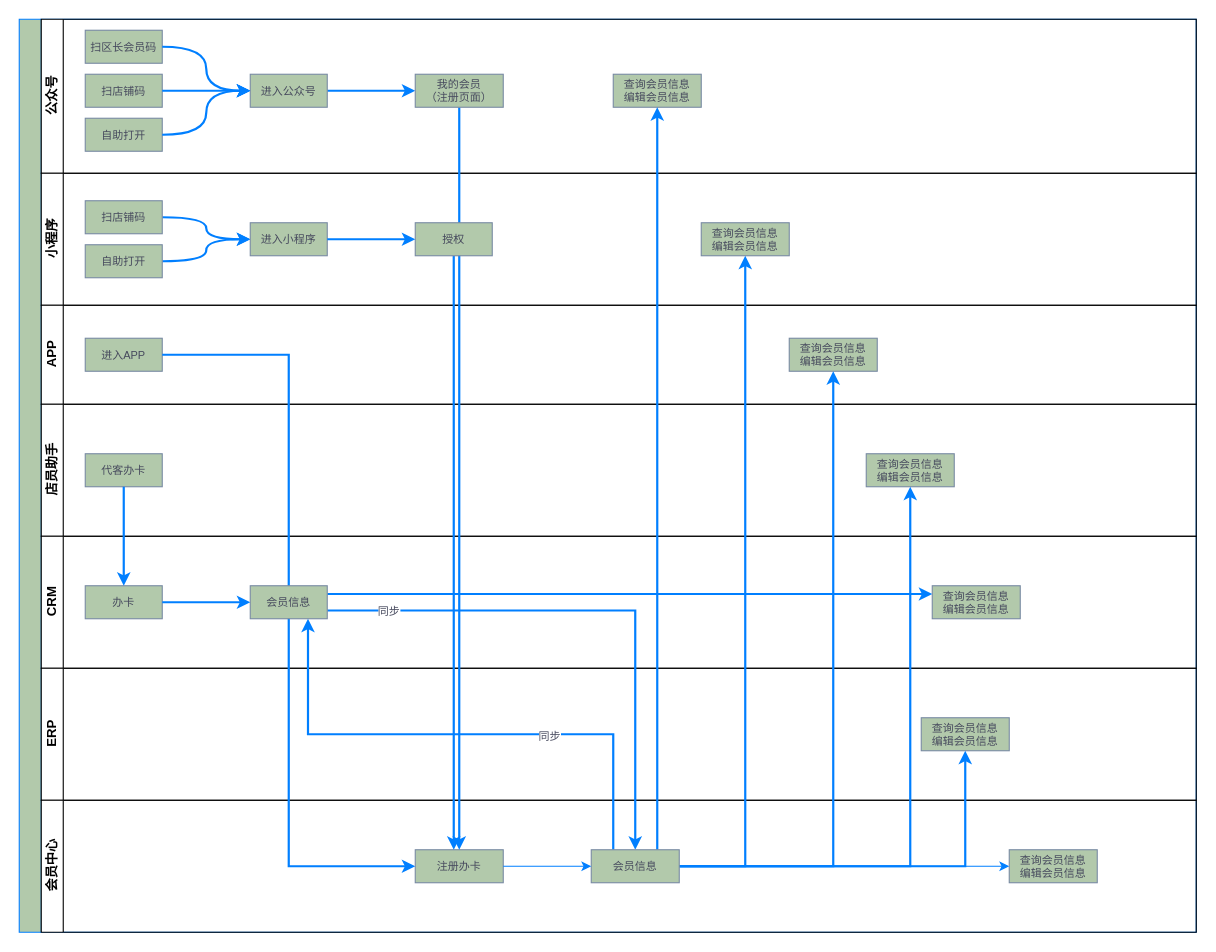
Above: page "Page-3" (3 of 4) of 会员.drawio in JustDoItHilary/HilarysTraining (draw.io), before the change. Source tidied: cells renumbered, new cells numbered last; positions are measured from the earlier drawing's top-left corner, leaving out a move shared by most shapes. Both pictures are drawn from the tidied source at 110%, with x=0, y=0 at pixel (19, 19).
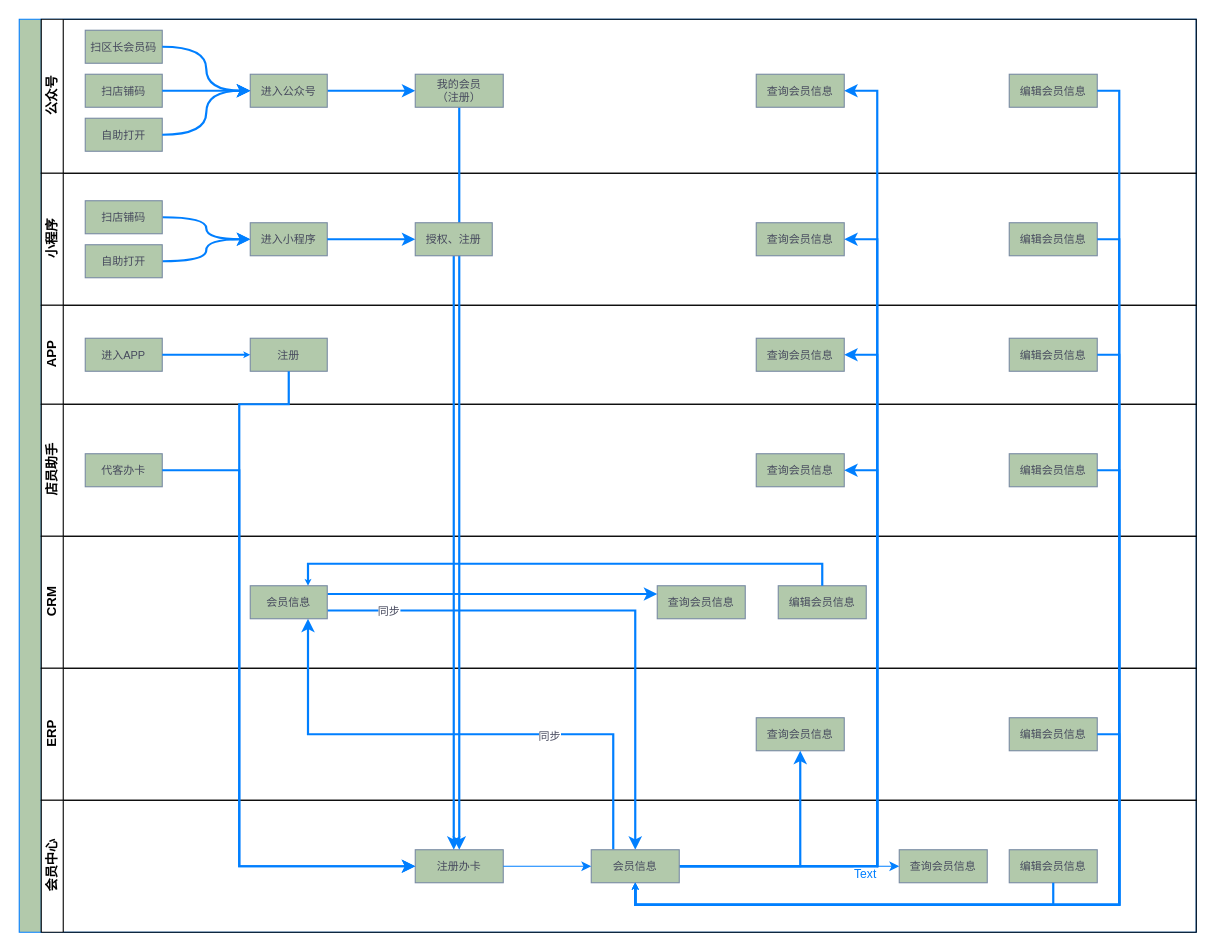
Above is the later version.

Unchanged cells that the change refers to:
```xml
<mxCell id="2" style="swimlane;html=1;horizontal=0;startSize=20;rounded=0;fillColor=#B2C9AB;fontColor=#46495D;fontSize=10;align=center;verticalAlign=middle;strokeColor=#007FFF;" parent="1" vertex="1">
  <mxGeometry width="1070" height="830" as="geometry" />
</mxCell>
<mxCell id="3" value="公众号" style="swimlane;html=1;startSize=20;horizontal=0;" parent="2" vertex="1">
  <mxGeometry x="20" width="1050" height="140" as="geometry" />
</mxCell>
<mxCell id="8" value="小程序" style="swimlane;html=1;startSize=20;horizontal=0;" parent="2" vertex="1">
  <mxGeometry x="20" y="140" width="1050" height="120" as="geometry" />
</mxCell>
<mxCell id="15" value="APP" style="swimlane;html=1;startSize=20;horizontal=0;" parent="2" vertex="1">
  <mxGeometry x="20" y="260" width="1050" height="90" as="geometry" />
</mxCell>
<mxCell id="16" value="&lt;font size=&quot;1&quot;&gt;进入APP&lt;/font&gt;" style="rounded=0;whiteSpace=wrap;html=1;strokeColor=#788AA3;fillColor=#B2C9AB;fontColor=#46495D;fontSize=10;" parent="15" vertex="1">
  <mxGeometry x="40" y="30" width="70" height="30" as="geometry" />
</mxCell>
<mxCell id="18" value="店员助手" style="swimlane;html=1;startSize=20;horizontal=0;" parent="2" vertex="1">
  <mxGeometry x="20" y="350" width="1050" height="120" as="geometry" />
</mxCell>
<mxCell id="19" value="&lt;font size=&quot;1&quot;&gt;代客办卡&lt;/font&gt;" style="rounded=0;whiteSpace=wrap;html=1;strokeColor=#788AA3;fillColor=#B2C9AB;fontColor=#46495D;fontSize=10;" parent="18" vertex="1">
  <mxGeometry x="40" y="45" width="70" height="30" as="geometry" />
</mxCell>
<mxCell id="21" value="CRM" style="swimlane;html=1;startSize=20;horizontal=0;" parent="2" vertex="1">
  <mxGeometry x="20" y="470" width="1050" height="120" as="geometry" />
</mxCell>
<mxCell id="24" value="ERP" style="swimlane;html=1;startSize=20;horizontal=0;" parent="2" vertex="1">
  <mxGeometry x="20" y="590" width="1050" height="120" as="geometry" />
</mxCell>
<mxCell id="26" value="会员中心" style="swimlane;html=1;startSize=20;horizontal=0;" parent="2" vertex="1">
  <mxGeometry x="20" y="710" width="1050" height="120" as="geometry" />
</mxCell>
<mxCell id="27" value="&lt;font size=&quot;1&quot;&gt;注册办卡&lt;/font&gt;" style="rounded=0;whiteSpace=wrap;html=1;strokeColor=#788AA3;fillColor=#B2C9AB;fontColor=#46495D;fontSize=10;" parent="26" vertex="1">
  <mxGeometry x="340" y="45" width="80" height="30" as="geometry" />
</mxCell>
<mxCell id="51" value="&lt;font size=&quot;1&quot;&gt;会员信息&lt;/font&gt;" style="rounded=0;whiteSpace=wrap;html=1;fillColor=#B2C9AB;fontColor=#46495D;fontSize=10;strokeColor=#788AA3;" parent="1" vertex="1">
  <mxGeometry x="520" y="755" width="80" height="30" as="geometry" />
</mxCell>
<mxCell id="54" value="&lt;font size=&quot;1&quot;&gt;会员信息&lt;/font&gt;" style="rounded=0;whiteSpace=wrap;html=1;strokeColor=#788AA3;fillColor=#B2C9AB;fontColor=#46495D;fontSize=10;" parent="1" vertex="1">
  <mxGeometry x="210" y="515" width="70" height="30" as="geometry" />
</mxCell>
```

The edit, as a diff of the source:
```diff
@@
-    <mxCell id="7" value="&lt;font size=&quot;1&quot;&gt;查询会员信息&lt;br&gt;编辑会员信息&lt;br&gt;&lt;/font&gt;" style="rounded=0;whiteSpace=wrap;html=1;strokeColor=#788AA3;fillColor=#B2C9AB;fontColor=#46495D;fontSize=10;" parent="3" vertex="1">
-      <mxGeometry x="520" y="50" width="80" height="30" as="geometry" />
+    <mxCell id="7" value="&lt;span style=&quot;font-size: x-small&quot;&gt;查询会员信息&lt;/span&gt;&lt;font size=&quot;1&quot;&gt;&lt;br&gt;&lt;/font&gt;" style="rounded=0;whiteSpace=wrap;html=1;strokeColor=#788AA3;fillColor=#B2C9AB;fontColor=#46495D;fontSize=10;" parent="3" vertex="1">
+      <mxGeometry x="650" y="50" width="80" height="30" as="geometry" />
     </mxCell>
+    <mxCell id="56" value="&lt;font size=&quot;1&quot;&gt;编辑会员信息&lt;/font&gt;" style="rounded=0;whiteSpace=wrap;html=1;strokeColor=#788AA3;fillColor=#B2C9AB;fontColor=#46495D;fontSize=10;" parent="3" vertex="1">
+      <mxGeometry x="880" y="50" width="80" height="30" as="geometry" />
+    </mxCell>
@@
-    <mxCell id="14" value="&lt;span style=&quot;font-size: x-small&quot;&gt;查询会员信息&lt;/span&gt;&lt;br style=&quot;font-size: x-small&quot;&gt;&lt;span style=&quot;font-size: x-small&quot;&gt;编辑会员信息&lt;/span&gt;" style="rounded=0;whiteSpace=wrap;html=1;strokeColor=#788AA3;fillColor=#B2C9AB;fontColor=#46495D;fontSize=10;" parent="8" vertex="1">
-      <mxGeometry x="600" y="45" width="80" height="30" as="geometry" />
+    <mxCell id="14" value="&lt;span style=&quot;font-size: x-small&quot;&gt;查询会员信息&lt;/span&gt;" style="rounded=0;whiteSpace=wrap;html=1;strokeColor=#788AA3;fillColor=#B2C9AB;fontColor=#46495D;fontSize=10;" parent="8" vertex="1">
+      <mxGeometry x="650" y="45" width="80" height="30" as="geometry" />
     </mxCell>
+    <mxCell id="57" value="&lt;font size=&quot;1&quot;&gt;编辑会员信息&lt;/font&gt;" style="rounded=0;whiteSpace=wrap;html=1;strokeColor=#788AA3;fillColor=#B2C9AB;fontColor=#46495D;fontSize=10;" parent="8" vertex="1">
+      <mxGeometry x="880" y="45" width="80" height="30" as="geometry" />
+    </mxCell>
@@
-    <mxCell id="17" value="&lt;span style=&quot;font-size: x-small&quot;&gt;查询会员信息&lt;/span&gt;&lt;br style=&quot;font-size: x-small&quot;&gt;&lt;span style=&quot;font-size: x-small&quot;&gt;编辑会员信息&lt;/span&gt;" style="rounded=0;whiteSpace=wrap;html=1;strokeColor=#788AA3;fillColor=#B2C9AB;fontColor=#46495D;fontSize=10;" parent="15" vertex="1">
-      <mxGeometry x="680" y="30" width="80" height="30" as="geometry" />
+    <mxCell id="17" value="&lt;span style=&quot;font-size: x-small&quot;&gt;查询会员信息&lt;/span&gt;" style="rounded=0;whiteSpace=wrap;html=1;strokeColor=#788AA3;fillColor=#B2C9AB;fontColor=#46495D;fontSize=10;" parent="15" vertex="1">
+      <mxGeometry x="650" y="30" width="80" height="30" as="geometry" />
     </mxCell>
+    <mxCell id="58" value="&lt;font size=&quot;1&quot;&gt;编辑会员信息&lt;/font&gt;" style="rounded=0;whiteSpace=wrap;html=1;strokeColor=#788AA3;fillColor=#B2C9AB;fontColor=#46495D;fontSize=10;" parent="15" vertex="1">
+      <mxGeometry x="880" y="30" width="80" height="30" as="geometry" />
+    </mxCell>
@@
-    <mxCell id="20" value="&lt;span style=&quot;font-size: x-small&quot;&gt;查询会员信息&lt;/span&gt;&lt;br style=&quot;font-size: x-small&quot;&gt;&lt;span style=&quot;font-size: x-small&quot;&gt;编辑会员信息&lt;/span&gt;" style="rounded=0;whiteSpace=wrap;html=1;strokeColor=#788AA3;fillColor=#B2C9AB;fontColor=#46495D;fontSize=10;" parent="18" vertex="1">
-      <mxGeometry x="750" y="45" width="80" height="30" as="geometry" />
+    <mxCell id="20" value="&lt;span style=&quot;font-size: x-small&quot;&gt;查询会员信息&lt;/span&gt;" style="rounded=0;whiteSpace=wrap;html=1;strokeColor=#788AA3;fillColor=#B2C9AB;fontColor=#46495D;fontSize=10;" parent="18" vertex="1">
+      <mxGeometry x="650" y="45" width="80" height="30" as="geometry" />
     </mxCell>
+    <mxCell id="59" value="&lt;font size=&quot;1&quot;&gt;编辑会员信息&lt;/font&gt;" style="rounded=0;whiteSpace=wrap;html=1;strokeColor=#788AA3;fillColor=#B2C9AB;fontColor=#46495D;fontSize=10;" parent="18" vertex="1">
+      <mxGeometry x="880" y="45" width="80" height="30" as="geometry" />
+    </mxCell>
@@
-    <mxCell id="22" value="&lt;font size=&quot;1&quot;&gt;办卡&lt;/font&gt;" style="rounded=0;whiteSpace=wrap;html=1;strokeColor=#788AA3;fillColor=#B2C9AB;fontColor=#46495D;fontSize=10;" parent="21" vertex="1">
-      <mxGeometry x="40" y="45" width="70" height="30" as="geometry" />
-    </mxCell>
-    <mxCell id="23" value="&lt;span style=&quot;font-size: x-small&quot;&gt;查询会员信息&lt;/span&gt;&lt;br style=&quot;font-size: x-small&quot;&gt;&lt;span style=&quot;font-size: x-small&quot;&gt;编辑会员信息&lt;/span&gt;" style="rounded=0;whiteSpace=wrap;html=1;strokeColor=#788AA3;fillColor=#B2C9AB;fontColor=#46495D;fontSize=10;" parent="21" vertex="1">
-      <mxGeometry x="810" y="45" width="80" height="30" as="geometry" />
+    <mxCell id="23" value="&lt;span style=&quot;font-size: x-small&quot;&gt;查询会员信息&lt;/span&gt;" style="rounded=0;whiteSpace=wrap;html=1;strokeColor=#788AA3;fillColor=#B2C9AB;fontColor=#46495D;fontSize=10;" parent="21" vertex="1">
+      <mxGeometry x="560" y="45" width="80" height="30" as="geometry" />
     </mxCell>
+    <mxCell id="60" value="&lt;font size=&quot;1&quot;&gt;编辑会员信息&lt;/font&gt;" style="rounded=0;whiteSpace=wrap;html=1;strokeColor=#788AA3;fillColor=#B2C9AB;fontColor=#46495D;fontSize=10;" parent="21" vertex="1">
+      <mxGeometry x="670" y="45" width="80" height="30" as="geometry" />
+    </mxCell>
@@
-    <mxCell id="25" value="&lt;span style=&quot;font-size: x-small&quot;&gt;查询会员信息&lt;/span&gt;&lt;br style=&quot;font-size: x-small&quot;&gt;&lt;span style=&quot;font-size: x-small&quot;&gt;编辑会员信息&lt;/span&gt;" style="rounded=0;whiteSpace=wrap;html=1;strokeColor=#788AA3;fillColor=#B2C9AB;fontColor=#46495D;fontSize=10;" parent="24" vertex="1">
-      <mxGeometry x="800" y="45" width="80" height="30" as="geometry" />
+    <mxCell id="25" value="&lt;span style=&quot;font-size: x-small&quot;&gt;查询会员信息&lt;/span&gt;" style="rounded=0;whiteSpace=wrap;html=1;strokeColor=#788AA3;fillColor=#B2C9AB;fontColor=#46495D;fontSize=10;" parent="24" vertex="1">
+      <mxGeometry x="650" y="45" width="80" height="30" as="geometry" />
     </mxCell>
+    <mxCell id="61" value="&lt;font size=&quot;1&quot;&gt;编辑会员信息&lt;/font&gt;" style="rounded=0;whiteSpace=wrap;html=1;strokeColor=#788AA3;fillColor=#B2C9AB;fontColor=#46495D;fontSize=10;" parent="24" vertex="1">
+      <mxGeometry x="880" y="45" width="80" height="30" as="geometry" />
+    </mxCell>
@@
-    <mxCell id="28" value="&lt;span style=&quot;font-size: x-small&quot;&gt;查询会员信息&lt;/span&gt;&lt;br style=&quot;font-size: x-small&quot;&gt;&lt;span style=&quot;font-size: x-small&quot;&gt;编辑会员信息&lt;/span&gt;" style="rounded=0;whiteSpace=wrap;html=1;strokeColor=#788AA3;fillColor=#B2C9AB;fontColor=#46495D;fontSize=10;" parent="26" vertex="1">
-      <mxGeometry x="880" y="45" width="80" height="30" as="geometry" />
+    <mxCell id="28" value="&lt;span style=&quot;font-size: x-small&quot;&gt;查询会员信息&lt;/span&gt;" style="rounded=0;whiteSpace=wrap;html=1;strokeColor=#788AA3;fillColor=#B2C9AB;fontColor=#46495D;fontSize=10;" parent="26" vertex="1">
+      <mxGeometry x="780" y="45" width="80" height="30" as="geometry" />
     </mxCell>
-    <mxCell id="29" style="rounded=1;jettySize=auto;html=1;exitX=1;exitY=0.5;exitDx=0;exitDy=0;fillColor=#B2C9AB;fontSize=10;fontColor=#46495D;entryX=0;entryY=0.5;entryDx=0;entryDy=0;elbow=vertical;edgeStyle=orthogonalEdgeStyle;arcSize=0;strokeWidth=2;strokeColor=#007FFF;" parent="2" edge="1" source="16" target="27">
-      <mxGeometry relative="1" as="geometry" />
-    </mxCell>
+    <mxCell id="62" value="&lt;font size=&quot;1&quot;&gt;编辑会员信息&lt;/font&gt;" style="rounded=0;whiteSpace=wrap;html=1;strokeColor=#788AA3;fillColor=#B2C9AB;fontColor=#46495D;fontSize=10;" parent="26" vertex="1">
+      <mxGeometry x="880" y="45" width="80" height="30" as="geometry" />
+    </mxCell>
-    <mxCell id="30" style="edgeStyle=orthogonalEdgeStyle;curved=1;rounded=1;jettySize=auto;html=1;fillColor=#B2C9AB;fontSize=10;fontColor=#46495D;strokeWidth=2;strokeColor=#007FFF;" parent="2" edge="1" source="19" target="22">
-      <mxGeometry relative="1" as="geometry" />
+    <mxCell id="30" style="edgeStyle=orthogonalEdgeStyle;rounded=1;jettySize=auto;html=1;fillColor=#B2C9AB;fontSize=10;fontColor=#46495D;strokeWidth=2;strokeColor=#007FFF;entryX=0;entryY=0.5;entryDx=0;entryDy=0;arcSize=0;" parent="2" edge="1" source="19" target="27">
+      <mxGeometry relative="1" as="geometry">
+        <Array as="points">
+          <mxPoint x="200" y="410" />
+          <mxPoint x="200" y="770" />
+        </Array>
+      </mxGeometry>
     </mxCell>
@@
-    <mxCell id="37" value="&lt;font size=&quot;1&quot;&gt;我的会员&lt;br&gt;（注册页面）&lt;/font&gt;" style="rounded=0;whiteSpace=wrap;html=1;strokeColor=#788AA3;fillColor=#B2C9AB;fontColor=#46495D;fontSize=10;" parent="1" vertex="1">
+    <mxCell id="37" value="&lt;font size=&quot;1&quot;&gt;我的会员&lt;br&gt;（注册）&lt;/font&gt;" style="rounded=0;whiteSpace=wrap;html=1;strokeColor=#788AA3;fillColor=#B2C9AB;fontColor=#46495D;fontSize=10;" parent="1" vertex="1">
       <mxGeometry x="360" y="50" width="80" height="30" as="geometry" />
     </mxCell>
@@
-    <mxCell id="39" value="授权" style="rounded=0;whiteSpace=wrap;html=1;strokeColor=#788AA3;fillColor=#B2C9AB;fontColor=#46495D;fontSize=10;" parent="1" vertex="1">
+    <mxCell id="39" value="授权、注册" style="rounded=0;whiteSpace=wrap;html=1;strokeColor=#788AA3;fillColor=#B2C9AB;fontColor=#46495D;fontSize=10;" parent="1" vertex="1">
       <mxGeometry x="360" y="185" width="70" height="30" as="geometry" />
     </mxCell>
@@
-    <mxCell id="43" style="edgeStyle=orthogonalEdgeStyle;rounded=1;jumpSize=0;jettySize=auto;html=1;exitX=0.75;exitY=0;exitDx=0;exitDy=0;strokeWidth=2;fillColor=#B2C9AB;fontSize=10;fontColor=#46495D;entryX=0.5;entryY=1;entryDx=0;entryDy=0;strokeColor=#007FFF;" parent="1" edge="1" source="51" target="7">
-      <mxGeometry relative="1" as="geometry" />
+    <mxCell id="43" style="edgeStyle=orthogonalEdgeStyle;rounded=1;jumpSize=0;jettySize=auto;html=1;exitX=1;exitY=0.5;exitDx=0;exitDy=0;strokeWidth=2;fillColor=#B2C9AB;fontSize=10;fontColor=#46495D;strokeColor=#007FFF;entryX=1;entryY=0.5;entryDx=0;entryDy=0;arcSize=0;" parent="1" edge="1" source="51" target="7">
+      <mxGeometry relative="1" as="geometry">
+        <Array as="points">
+          <mxPoint x="780" y="770" />
+          <mxPoint x="780" y="65" />
+        </Array>
+      </mxGeometry>
     </mxCell>
+    <mxCell id="63" value="Text" style="edgeLabel;html=1;align=center;verticalAlign=middle;fontColor=#007FFF;" parent="43" vertex="1">
+      <mxGeometry x="-0.63" y="-6" relative="1" as="geometry">
+        <mxPoint x="-1" as="offset" />
+      </mxGeometry>
+    </mxCell>
-    <mxCell id="44" style="edgeStyle=orthogonalEdgeStyle;rounded=1;jumpSize=0;jettySize=auto;html=1;exitX=1;exitY=0.5;exitDx=0;exitDy=0;strokeWidth=2;fillColor=#B2C9AB;fontSize=10;fontColor=#46495D;arcSize=0;strokeColor=#007FFF;" parent="1" edge="1" source="51" target="14">
-      <mxGeometry relative="1" as="geometry" />
+    <mxCell id="44" style="edgeStyle=orthogonalEdgeStyle;rounded=1;jumpSize=0;jettySize=auto;html=1;exitX=1;exitY=0.5;exitDx=0;exitDy=0;strokeWidth=2;fillColor=#B2C9AB;fontSize=10;fontColor=#46495D;arcSize=0;strokeColor=#007FFF;entryX=1;entryY=0.5;entryDx=0;entryDy=0;" parent="1" edge="1" source="51" target="14">
+      <mxGeometry relative="1" as="geometry">
+        <Array as="points">
+          <mxPoint x="780" y="770" />
+          <mxPoint x="780" y="200" />
+        </Array>
+      </mxGeometry>
     </mxCell>
-    <mxCell id="45" style="edgeStyle=orthogonalEdgeStyle;rounded=1;jumpSize=0;jettySize=auto;html=1;exitX=1;exitY=0.5;exitDx=0;exitDy=0;entryX=0.5;entryY=1;entryDx=0;entryDy=0;strokeWidth=2;fillColor=#B2C9AB;fontSize=10;fontColor=#46495D;arcSize=0;strokeColor=#007FFF;" parent="1" edge="1" source="51" target="17">
-      <mxGeometry relative="1" as="geometry" />
+    <mxCell id="45" style="edgeStyle=orthogonalEdgeStyle;rounded=1;jumpSize=0;jettySize=auto;html=1;exitX=1;exitY=0.5;exitDx=0;exitDy=0;entryX=1;entryY=0.5;entryDx=0;entryDy=0;strokeWidth=2;fillColor=#B2C9AB;fontSize=10;fontColor=#46495D;arcSize=0;strokeColor=#007FFF;" parent="1" edge="1" source="51" target="17">
+      <mxGeometry relative="1" as="geometry">
+        <Array as="points">
+          <mxPoint x="780" y="770" />
+          <mxPoint x="780" y="305" />
+        </Array>
+      </mxGeometry>
     </mxCell>
-    <mxCell id="46" style="edgeStyle=orthogonalEdgeStyle;rounded=1;jumpSize=0;jettySize=auto;html=1;exitX=1;exitY=0.5;exitDx=0;exitDy=0;entryX=0.5;entryY=1;entryDx=0;entryDy=0;strokeWidth=2;fillColor=#B2C9AB;fontSize=10;fontColor=#46495D;arcSize=0;strokeColor=#007FFF;" parent="1" edge="1" source="51" target="20">
-      <mxGeometry relative="1" as="geometry" />
+    <mxCell id="46" style="edgeStyle=orthogonalEdgeStyle;rounded=1;jumpSize=0;jettySize=auto;html=1;exitX=1;exitY=0.5;exitDx=0;exitDy=0;entryX=1;entryY=0.5;entryDx=0;entryDy=0;strokeWidth=2;fillColor=#B2C9AB;fontSize=10;fontColor=#46495D;arcSize=0;strokeColor=#007FFF;" parent="1" edge="1" source="51" target="20">
+      <mxGeometry relative="1" as="geometry">
+        <Array as="points">
+          <mxPoint x="780" y="770" />
+          <mxPoint x="780" y="410" />
+        </Array>
+      </mxGeometry>
     </mxCell>
@@
-    <mxCell id="55" style="edgeStyle=orthogonalEdgeStyle;rounded=1;jumpSize=0;jettySize=auto;html=1;strokeWidth=2;fillColor=#B2C9AB;fontSize=10;fontColor=#46495D;strokeColor=#007FFF;" parent="1" edge="1" source="22" target="54">
-      <mxGeometry relative="1" as="geometry" />
-    </mxCell>
+    <mxCell id="64" style="edgeStyle=orthogonalEdgeStyle;rounded=0;jettySize=auto;html=1;exitX=0.5;exitY=0;exitDx=0;exitDy=0;entryX=0.75;entryY=0;entryDx=0;entryDy=0;endSize=0;strokeColor=#007FFF;strokeWidth=2;fontColor=#007FFF;" parent="1" edge="1" source="60" target="54">
+      <mxGeometry relative="1" as="geometry" />
+    </mxCell>
+    <mxCell id="65" style="edgeStyle=orthogonalEdgeStyle;rounded=0;jettySize=auto;html=1;exitX=0.5;exitY=1;exitDx=0;exitDy=0;entryX=0.5;entryY=1;entryDx=0;entryDy=0;endSize=0;strokeColor=#007FFF;strokeWidth=2;fontColor=#007FFF;" parent="1" edge="1" source="62" target="51">
+      <mxGeometry relative="1" as="geometry" />
+    </mxCell>
+    <mxCell id="66" style="edgeStyle=orthogonalEdgeStyle;rounded=0;jettySize=auto;html=1;exitX=1;exitY=0.5;exitDx=0;exitDy=0;entryX=0.5;entryY=1;entryDx=0;entryDy=0;endSize=0;strokeColor=#007FFF;strokeWidth=2;fontColor=#007FFF;" parent="1" edge="1" source="56" target="51">
+      <mxGeometry relative="1" as="geometry" />
+    </mxCell>
+    <mxCell id="67" style="edgeStyle=orthogonalEdgeStyle;rounded=0;jettySize=auto;html=1;exitX=1;exitY=0.5;exitDx=0;exitDy=0;entryX=0.5;entryY=1;entryDx=0;entryDy=0;endSize=0;strokeColor=#007FFF;strokeWidth=2;fontColor=#007FFF;" parent="1" edge="1" source="57" target="51">
+      <mxGeometry relative="1" as="geometry" />
+    </mxCell>
+    <mxCell id="68" style="edgeStyle=orthogonalEdgeStyle;rounded=0;jettySize=auto;html=1;exitX=1;exitY=0.5;exitDx=0;exitDy=0;entryX=0.5;entryY=1;entryDx=0;entryDy=0;endSize=0;strokeColor=#007FFF;strokeWidth=2;fontColor=#007FFF;" parent="1" edge="1" source="58" target="51">
+      <mxGeometry relative="1" as="geometry" />
+    </mxCell>
+    <mxCell id="69" style="edgeStyle=orthogonalEdgeStyle;rounded=0;jettySize=auto;html=1;exitX=1;exitY=0.5;exitDx=0;exitDy=0;entryX=0.5;entryY=1;entryDx=0;entryDy=0;endSize=0;strokeColor=#007FFF;strokeWidth=2;fontColor=#007FFF;" parent="1" edge="1" source="59" target="51">
+      <mxGeometry relative="1" as="geometry" />
+    </mxCell>
+    <mxCell id="70" style="edgeStyle=orthogonalEdgeStyle;rounded=0;jettySize=auto;html=1;exitX=1;exitY=0.5;exitDx=0;exitDy=0;entryX=0.5;entryY=1;entryDx=0;entryDy=0;endSize=0;strokeColor=#007FFF;strokeWidth=2;fontColor=#007FFF;" parent="1" edge="1" source="61" target="51">
+      <mxGeometry relative="1" as="geometry" />
+    </mxCell>
+    <mxCell id="71" value="&lt;font size=&quot;1&quot;&gt;注册&lt;/font&gt;" style="rounded=0;whiteSpace=wrap;html=1;strokeColor=#788AA3;fillColor=#B2C9AB;fontColor=#46495D;fontSize=10;" parent="1" vertex="1">
+      <mxGeometry x="210" y="290" width="70" height="30" as="geometry" />
+    </mxCell>
+    <mxCell id="72" style="edgeStyle=orthogonalEdgeStyle;rounded=0;jettySize=auto;html=1;endSize=0;strokeColor=#007FFF;strokeWidth=2;fontColor=#007FFF;" parent="1" edge="1" source="16" target="71">
+      <mxGeometry relative="1" as="geometry" />
+    </mxCell>
+    <mxCell id="29" style="rounded=1;jettySize=auto;html=1;fillColor=#B2C9AB;fontSize=10;fontColor=#46495D;entryX=0;entryY=0.5;entryDx=0;entryDy=0;elbow=vertical;edgeStyle=orthogonalEdgeStyle;arcSize=0;strokeWidth=2;strokeColor=#007FFF;exitX=0.5;exitY=1;exitDx=0;exitDy=0;" parent="1" edge="1" source="71" target="27">
+      <mxGeometry relative="1" as="geometry">
+        <Array as="points">
+          <mxPoint x="245" y="350" />
+          <mxPoint x="200" y="350" />
+          <mxPoint x="200" y="770" />
+        </Array>
+      </mxGeometry>
+    </mxCell>
```
